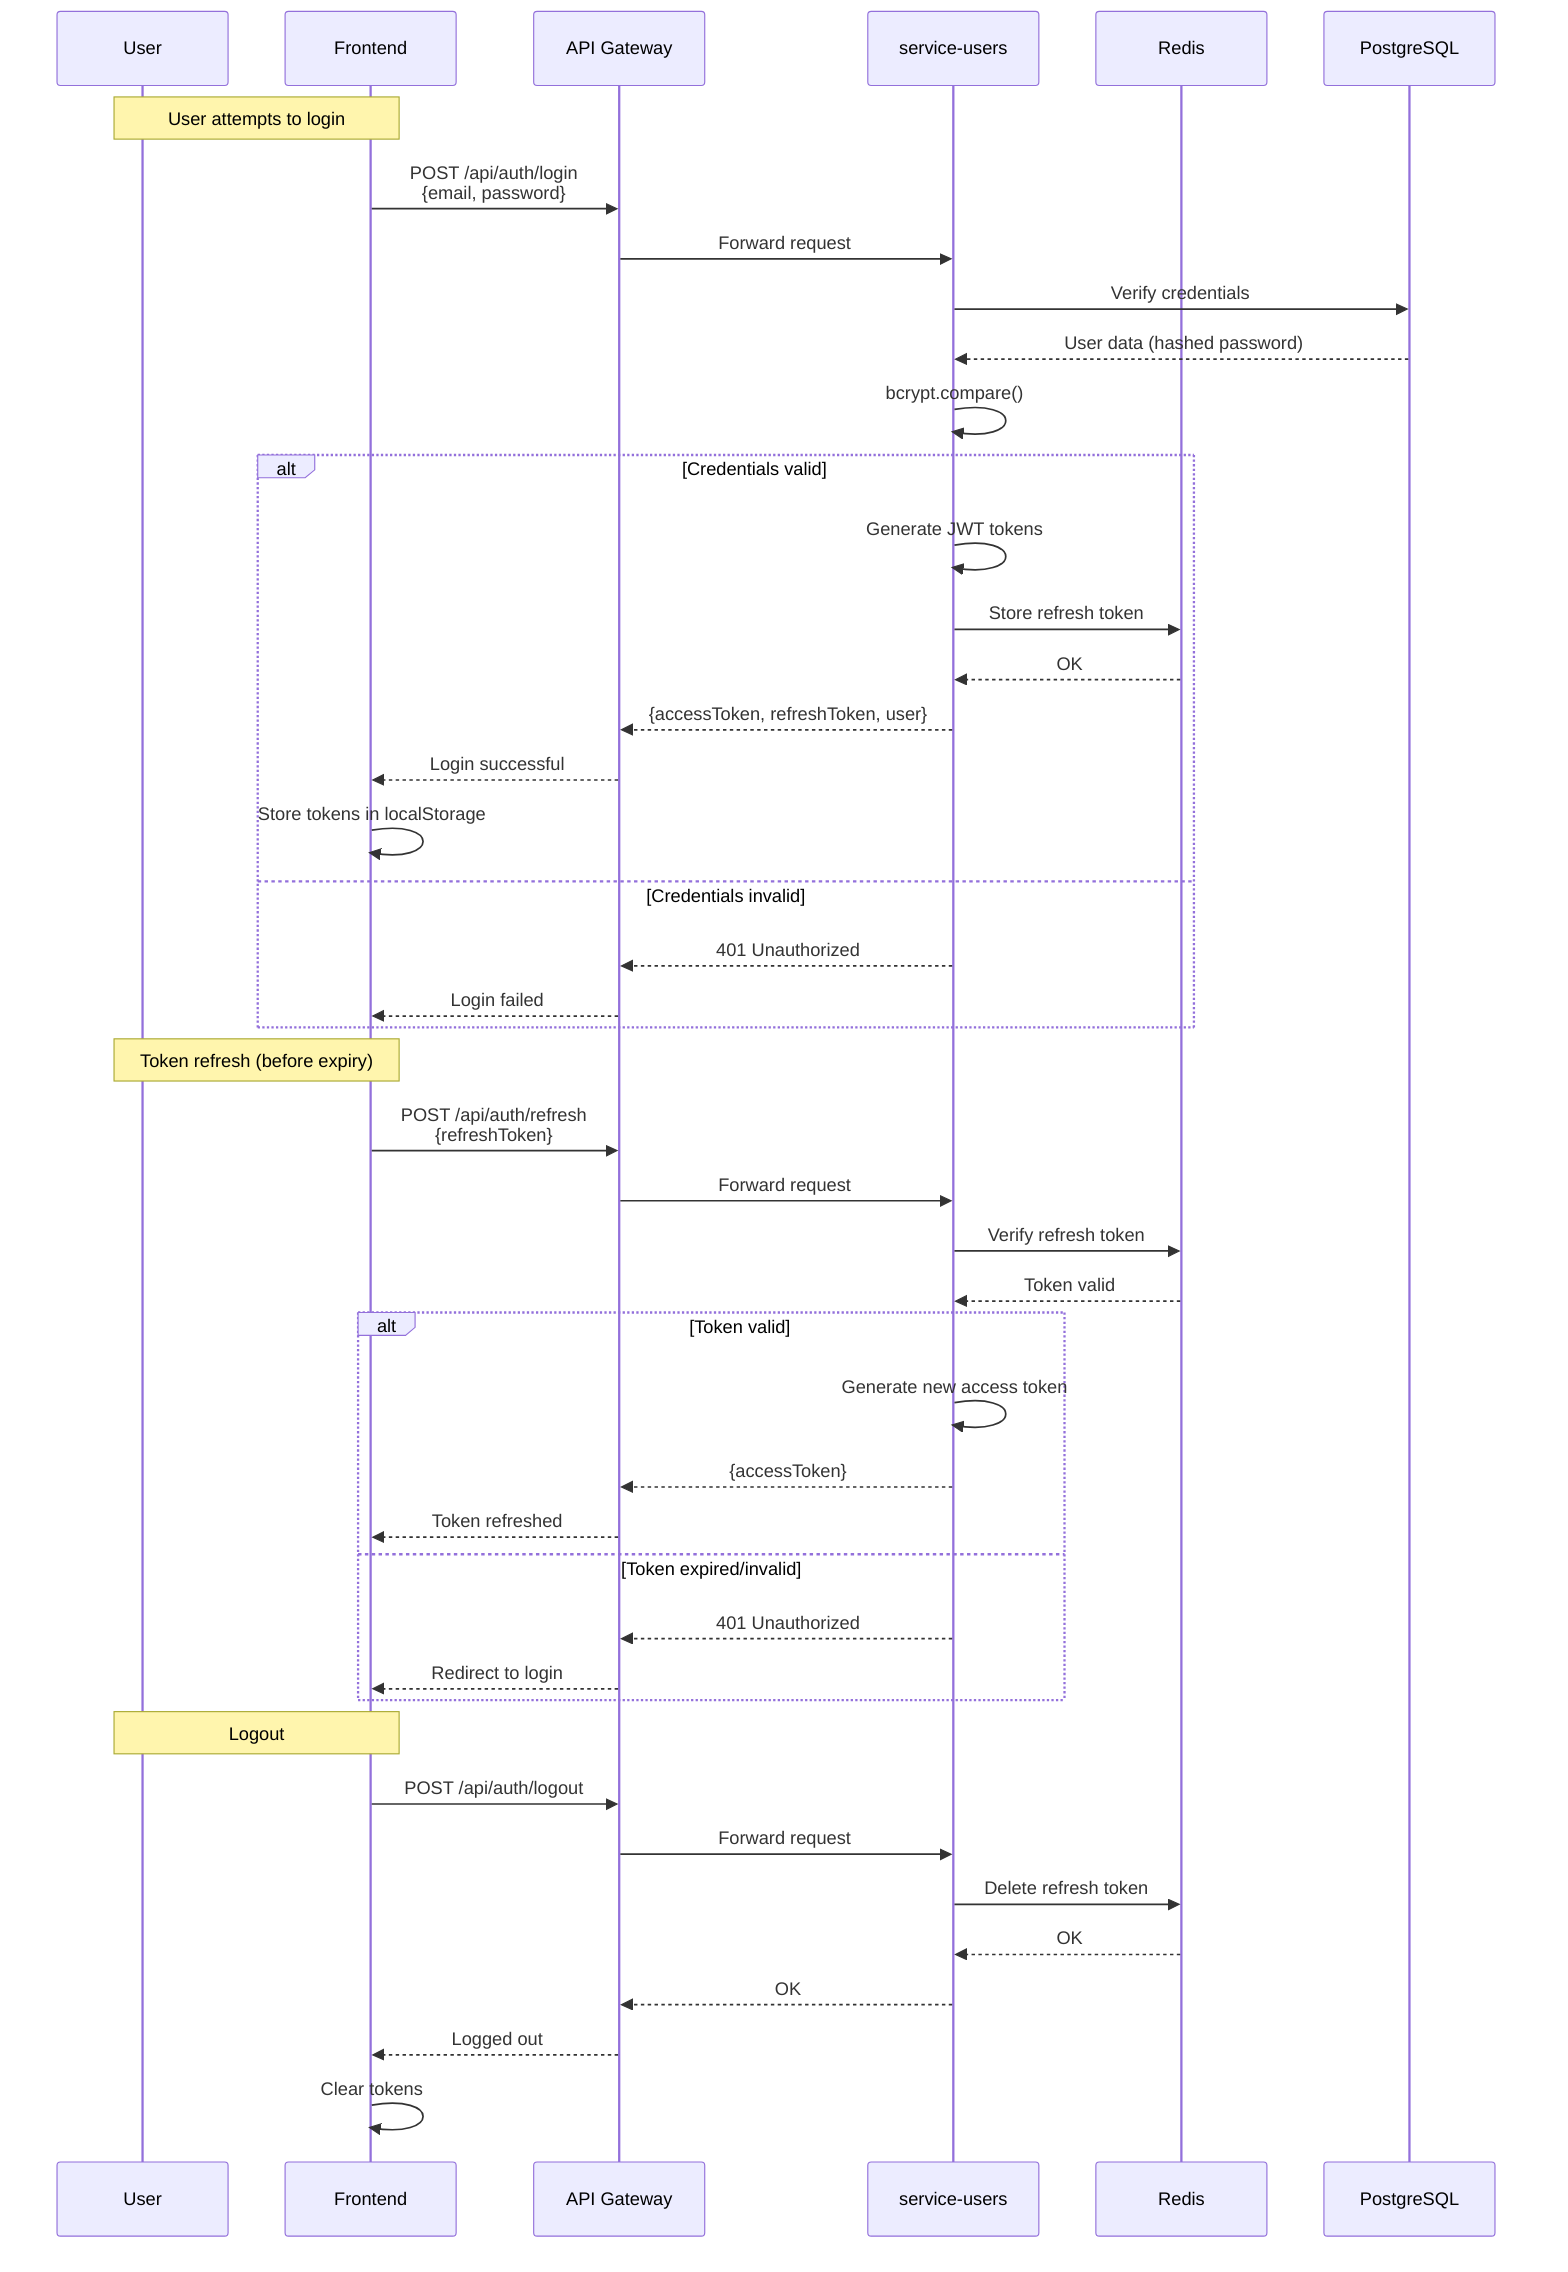
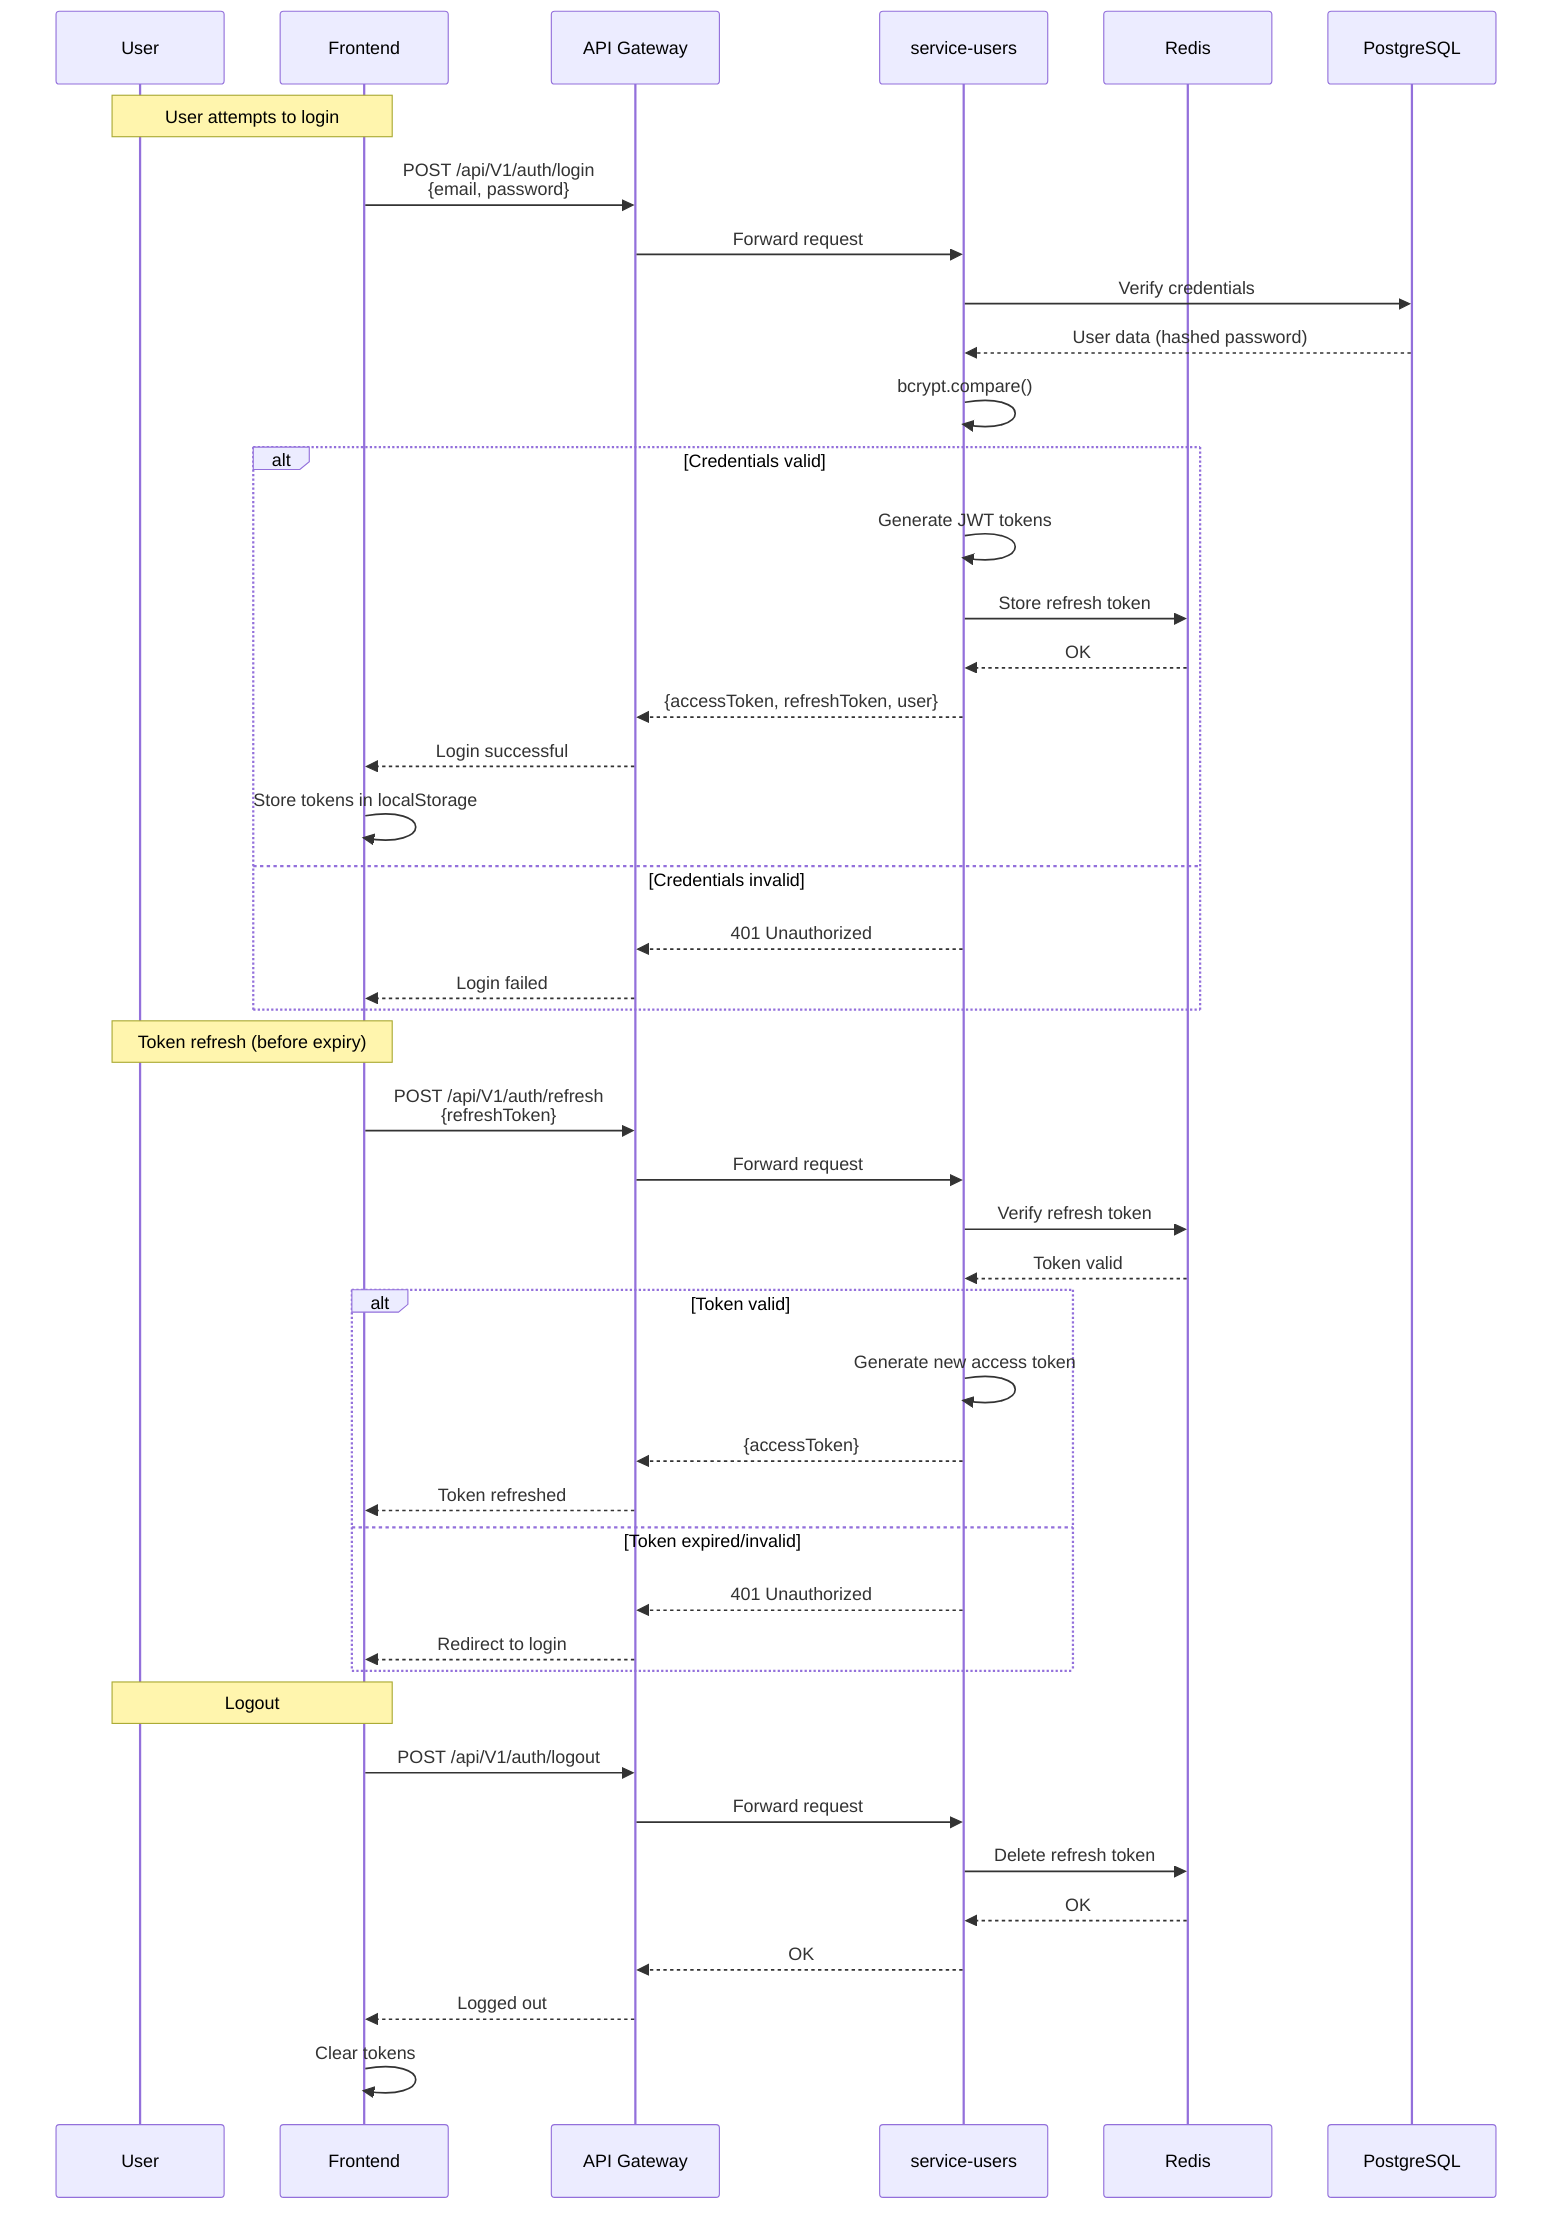
sequenceDiagram
    participant U as User
    participant F as Frontend
    participant G as API Gateway
    participant Svc as service-users
    participant Redis as Redis
    participant PG as PostgreSQL

    Note over U,F: User attempts to login

-     F->>G: POST /api/auth/login<br/>{email, password}
+     F->>G: POST /api/V1/auth/login<br/>{email, password}
    G->>Svc: Forward request
    Svc->>PG: Verify credentials
    PG-->>Svc: User data (hashed password)
    Svc->>Svc: bcrypt.compare()

    alt Credentials valid
        Svc->>Svc: Generate JWT tokens
        Svc->>Redis: Store refresh token
        Redis-->>Svc: OK
        Svc-->>G: {accessToken, refreshToken, user}
        G-->>F: Login successful
        F->>F: Store tokens in localStorage
    else Credentials invalid
        Svc-->>G: 401 Unauthorized
        G-->>F: Login failed
    end

    Note over U,F: Token refresh (before expiry)

-     F->>G: POST /api/auth/refresh<br/>{refreshToken}
+     F->>G: POST /api/V1/auth/refresh<br/>{refreshToken}
    G->>Svc: Forward request
    Svc->>Redis: Verify refresh token
    Redis-->>Svc: Token valid

    alt Token valid
        Svc->>Svc: Generate new access token
        Svc-->>G: {accessToken}
        G-->>F: Token refreshed
    else Token expired/invalid
        Svc-->>G: 401 Unauthorized
        G-->>F: Redirect to login
    end

    Note over U,F: Logout

-     F->>G: POST /api/auth/logout
+     F->>G: POST /api/V1/auth/logout
    G->>Svc: Forward request
    Svc->>Redis: Delete refresh token
    Redis-->>Svc: OK
    Svc-->>G: OK
    G-->>F: Logged out
    F->>F: Clear tokens